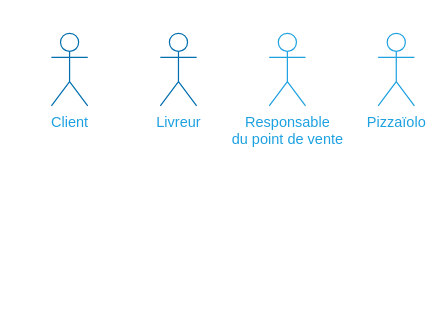
This is img/figure_system-actors.dio from centvingt/OCPizzaRedaction, a draw.io file, before an edit. Source tidied: cells renumbered, new cells numbered last; positions are measured from the earlier drawing's top-left corner, leaving out a move shared by most shapes. Both pictures are drawn from the tidied source at 121%, with x=0, y=0 at pixel (51, 33).
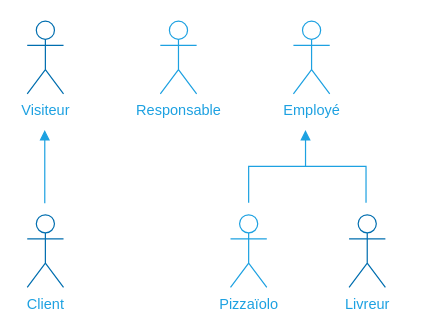
After the change.

The edit, as a diff of the source:
```diff
@@
 <mxGraphModel>
   <root>
     <mxCell id="0" />
     <mxCell id="1" parent="0" />
+    <mxCell id="7" value="&lt;font color=&quot;#1da1e1&quot;&gt;Client&lt;/font&gt;" style="shape=umlActor;verticalLabelPosition=bottom;verticalAlign=top;html=1;strokeColor=#006EAF;fontColor=#ffffff;fillColor=none;" parent="1" vertex="1">
+      <mxGeometry x="-20" y="150" width="30" height="60" as="geometry" />
+    </mxCell>
+    <mxCell id="8" style="endArrow=block;html=1;endFill=1;rounded=0;strokeColor=#1DA1E1;" parent="1" edge="1">
+      <mxGeometry relative="1" as="geometry">
+        <mxPoint x="-5.5" y="140.5" as="sourcePoint" />
+        <mxPoint x="-5.5" y="80" as="targetPoint" />
+      </mxGeometry>
+    </mxCell>
+    <mxCell id="9" value="&lt;font color=&quot;#1da1e1&quot;&gt;Employé&lt;/font&gt;" style="shape=umlActor;verticalLabelPosition=bottom;verticalAlign=top;html=1;strokeColor=#1DA1E1;fillColor=none;" parent="1" vertex="1">
+      <mxGeometry x="200" y="-10" width="30" height="60" as="geometry" />
+    </mxCell>
+    <mxCell id="10" style="endArrow=none;html=1;endFill=0;rounded=0;strokeColor=#1DA1E1;" parent="1" edge="1">
+      <mxGeometry relative="1" as="geometry">
+        <mxPoint x="163" y="140" as="sourcePoint" />
+        <mxPoint x="260" y="140" as="targetPoint" />
+        <Array as="points">
+          <mxPoint x="163" y="110" />
+          <mxPoint x="260" y="110" />
+        </Array>
+      </mxGeometry>
+    </mxCell>
+    <mxCell id="11" style="endArrow=block;html=1;endFill=1;rounded=0;strokeColor=#1DA1E1;" parent="1" edge="1">
+      <mxGeometry relative="1" as="geometry">
+        <mxPoint x="210" y="110" as="sourcePoint" />
+        <mxPoint x="210" y="80" as="targetPoint" />
+      </mxGeometry>
+    </mxCell>
     <mxCell id="2" parent="0" />
     <mxCell id="3" value="&lt;font color=&quot;#1da1e1&quot;&gt;Pizzaïolo&lt;/font&gt;" style="shape=umlActor;verticalLabelPosition=bottom;verticalAlign=top;html=1;strokeColor=#1DA1E1;fillColor=none;" parent="2" vertex="1">
-      <mxGeometry x="270" width="30" height="60" as="geometry" />
+      <mxGeometry x="148" y="150" width="30" height="60" as="geometry" />
     </mxCell>
     <mxCell id="4" value="&lt;font color=&quot;#1da1e1&quot;&gt;Livreur&lt;/font&gt;" style="shape=umlActor;verticalLabelPosition=bottom;verticalAlign=top;html=1;strokeColor=#006EAF;fontColor=#ffffff;fillColor=none;rotation=0;direction=east;" parent="2" vertex="1">
-      <mxGeometry x="90" width="30" height="60" as="geometry" />
+      <mxGeometry x="246" y="150" width="30" height="60" as="geometry" />
     </mxCell>
-    <mxCell id="5" value="&lt;font color=&quot;#1da1e1&quot;&gt;Client&lt;/font&gt;" style="shape=umlActor;verticalLabelPosition=bottom;verticalAlign=top;html=1;strokeColor=#006EAF;fontColor=#ffffff;fillColor=none;" parent="2" vertex="1">
-      <mxGeometry width="30" height="60" as="geometry" />
+    <mxCell id="5" value="&lt;font color=&quot;#1da1e1&quot;&gt;Visiteur&lt;/font&gt;" style="shape=umlActor;verticalLabelPosition=bottom;verticalAlign=top;html=1;strokeColor=#006EAF;fontColor=#ffffff;fillColor=none;" parent="2" vertex="1">
+      <mxGeometry x="-20" y="-10" width="30" height="60" as="geometry" />
     </mxCell>
-    <mxCell id="6" value="&lt;font color=&quot;#1da1e1&quot;&gt;Responsable &lt;br&gt;du point de vente&lt;br&gt;&lt;/font&gt;" style="shape=umlActor;verticalLabelPosition=bottom;verticalAlign=top;html=1;strokeColor=#1DA1E1;fillColor=none;" parent="2" vertex="1">
-      <mxGeometry x="180" width="30" height="60" as="geometry" />
+    <mxCell id="6" value="&lt;font color=&quot;#1da1e1&quot;&gt;Responsable&lt;br&gt;&lt;/font&gt;" style="shape=umlActor;verticalLabelPosition=bottom;verticalAlign=top;html=1;strokeColor=#1DA1E1;fillColor=none;" parent="2" vertex="1">
+      <mxGeometry x="90" y="-10" width="30" height="60" as="geometry" />
     </mxCell>
   </root>
 </mxGraphModel>
```
